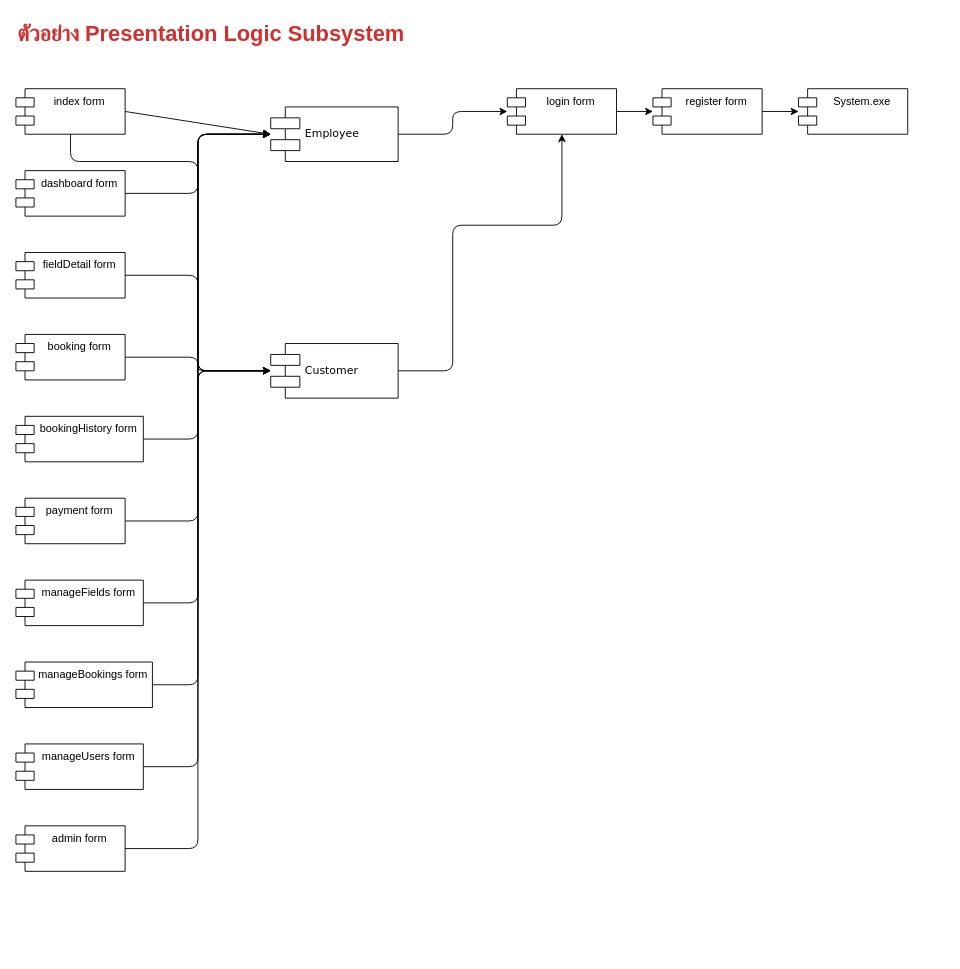
Above: docs/diagrams/component_diagram.drawio in Narathip1707/Stadium_test (draw.io), before the change. Source tidied: cells renumbered, new cells numbered last; positions are measured from the earlier drawing's top-left corner, leaving out a move shared by most shapes. Both pictures are drawn from the tidied source at 91%, with x=0, y=0 at pixel (15, 15).
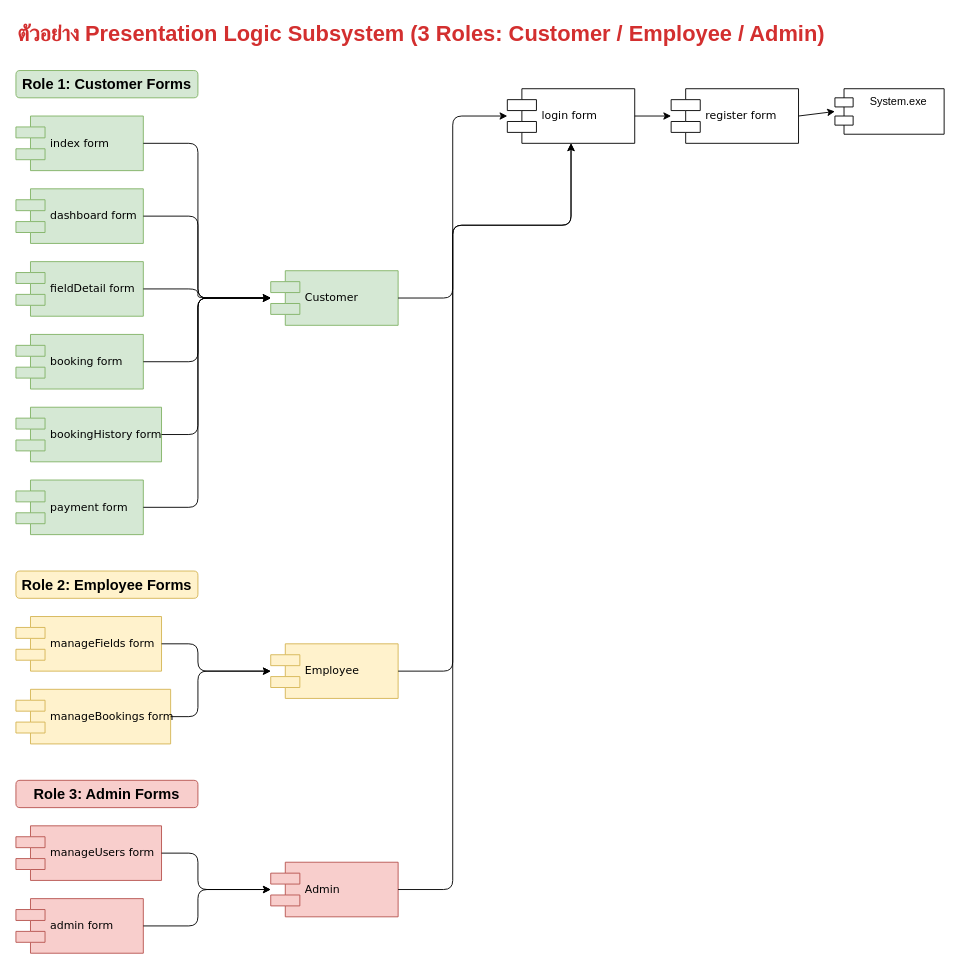
Above is the later version.

Change to the diagram source:
```diff
@@
-    <mxCell id="2" value="ตัวอย่าง Presentation Logic Subsystem" style="text;html=1;strokeColor=none;fillColor=none;align=left;verticalAlign=middle;whiteSpace=wrap;rounded=0;fontSize=24;fontStyle=1;fontColor=#D32F2F;" parent="1" vertex="1">
-      <mxGeometry width="600" height="40" as="geometry" />
+    <mxCell id="2" value="ตัวอย่าง Presentation Logic Subsystem (3 Roles: Customer / Employee / Admin)" style="text;html=1;strokeColor=none;fillColor=none;align=left;verticalAlign=middle;whiteSpace=wrap;rounded=0;fontSize=24;fontStyle=1;fontColor=#D32F2F;" parent="1" vertex="1">
+      <mxGeometry width="900" height="40" as="geometry" />
     </mxCell>
+    <mxCell id="33" value="Role 1: Customer Forms" style="text;html=1;strokeColor=#82b366;fillColor=#d5e8d4;align=center;verticalAlign=middle;whiteSpace=wrap;rounded=1;fontSize=16;fontStyle=1;" parent="1" vertex="1">
+      <mxGeometry y="60" width="200" height="30" as="geometry" />
+    </mxCell>
-    <mxCell id="3" value="index form" style="shape=module;align=left;spacingLeft=20;align=center;verticalAlign=top;whiteSpace=wrap;html=1;fillColor=#ffffff;strokeColor=#000000;" parent="1" vertex="1">
-      <mxGeometry y="80" width="120" height="50" as="geometry" />
+    <mxCell id="3" value="index form" style="shape=component;align=left;spacingLeft=36;rounded=0;shadow=0;comic=0;labelBackgroundColor=none;strokeWidth=1;fontFamily=Verdana;fontSize=12;html=1;fillColor=#d5e8d4;strokeColor=#82b366;" parent="1" vertex="1">
+      <mxGeometry y="110" width="140" height="60" as="geometry" />
     </mxCell>
-    <mxCell id="4" value="login form" style="shape=module;align=left;spacingLeft=20;align=center;verticalAlign=top;whiteSpace=wrap;html=1;fillColor=#ffffff;strokeColor=#000000;" parent="1" vertex="1">
-      <mxGeometry x="540" y="80" width="120" height="50" as="geometry" />
-    </mxCell>
-    <mxCell id="5" value="register form" style="shape=module;align=left;spacingLeft=20;align=center;verticalAlign=top;whiteSpace=wrap;html=1;fillColor=#ffffff;strokeColor=#000000;" parent="1" vertex="1">
-      <mxGeometry x="700" y="80" width="120" height="50" as="geometry" />
-    </mxCell>
-    <mxCell id="6" value="dashboard form" style="shape=module;align=left;spacingLeft=20;align=center;verticalAlign=top;whiteSpace=wrap;html=1;fillColor=#ffffff;strokeColor=#000000;" parent="1" vertex="1">
-      <mxGeometry y="170" width="120" height="50" as="geometry" />
+    <mxCell id="6" value="dashboard form" style="shape=component;align=left;spacingLeft=36;rounded=0;shadow=0;comic=0;labelBackgroundColor=none;strokeWidth=1;fontFamily=Verdana;fontSize=12;html=1;fillColor=#d5e8d4;strokeColor=#82b366;" parent="1" vertex="1">
+      <mxGeometry y="190" width="140" height="60" as="geometry" />
     </mxCell>
-    <mxCell id="7" value="fieldDetail form" style="shape=module;align=left;spacingLeft=20;align=center;verticalAlign=top;whiteSpace=wrap;html=1;fillColor=#ffffff;strokeColor=#000000;" parent="1" vertex="1">
-      <mxGeometry y="260" width="120" height="50" as="geometry" />
+    <mxCell id="7" value="fieldDetail form" style="shape=component;align=left;spacingLeft=36;rounded=0;shadow=0;comic=0;labelBackgroundColor=none;strokeWidth=1;fontFamily=Verdana;fontSize=12;html=1;fillColor=#d5e8d4;strokeColor=#82b366;" parent="1" vertex="1">
+      <mxGeometry y="270" width="140" height="60" as="geometry" />
     </mxCell>
-    <mxCell id="8" value="booking form" style="shape=module;align=left;spacingLeft=20;align=center;verticalAlign=top;whiteSpace=wrap;html=1;fillColor=#ffffff;strokeColor=#000000;" parent="1" vertex="1">
-      <mxGeometry y="350" width="120" height="50" as="geometry" />
+    <mxCell id="8" value="booking form" style="shape=component;align=left;spacingLeft=36;rounded=0;shadow=0;comic=0;labelBackgroundColor=none;strokeWidth=1;fontFamily=Verdana;fontSize=12;html=1;fillColor=#d5e8d4;strokeColor=#82b366;" parent="1" vertex="1">
+      <mxGeometry y="350" width="140" height="60" as="geometry" />
     </mxCell>
-    <mxCell id="9" value="bookingHistory form" style="shape=module;align=left;spacingLeft=20;align=center;verticalAlign=top;whiteSpace=wrap;html=1;fillColor=#ffffff;strokeColor=#000000;" parent="1" vertex="1">
-      <mxGeometry y="440" width="140" height="50" as="geometry" />
+    <mxCell id="9" value="bookingHistory form" style="shape=component;align=left;spacingLeft=36;rounded=0;shadow=0;comic=0;labelBackgroundColor=none;strokeWidth=1;fontFamily=Verdana;fontSize=12;html=1;fillColor=#d5e8d4;strokeColor=#82b366;" parent="1" vertex="1">
+      <mxGeometry y="430" width="160" height="60" as="geometry" />
     </mxCell>
-    <mxCell id="10" value="payment form" style="shape=module;align=left;spacingLeft=20;align=center;verticalAlign=top;whiteSpace=wrap;html=1;fillColor=#ffffff;strokeColor=#000000;" parent="1" vertex="1">
-      <mxGeometry y="530" width="120" height="50" as="geometry" />
+    <mxCell id="10" value="payment form" style="shape=component;align=left;spacingLeft=36;rounded=0;shadow=0;comic=0;labelBackgroundColor=none;strokeWidth=1;fontFamily=Verdana;fontSize=12;html=1;fillColor=#d5e8d4;strokeColor=#82b366;" parent="1" vertex="1">
+      <mxGeometry y="510" width="140" height="60" as="geometry" />
     </mxCell>
+    <mxCell id="34" value="Role 2: Employee Forms" style="text;html=1;strokeColor=#d6b656;fillColor=#fff2cc;align=center;verticalAlign=middle;whiteSpace=wrap;rounded=1;fontSize=16;fontStyle=1;" parent="1" vertex="1">
+      <mxGeometry y="610" width="200" height="30" as="geometry" />
+    </mxCell>
-    <mxCell id="11" value="manageFields form" style="shape=module;align=left;spacingLeft=20;align=center;verticalAlign=top;whiteSpace=wrap;html=1;fillColor=#ffffff;strokeColor=#000000;" parent="1" vertex="1">
-      <mxGeometry y="620" width="140" height="50" as="geometry" />
+    <mxCell id="11" value="manageFields form" style="shape=component;align=left;spacingLeft=36;rounded=0;shadow=0;comic=0;labelBackgroundColor=none;strokeWidth=1;fontFamily=Verdana;fontSize=12;html=1;fillColor=#fff2cc;strokeColor=#d6b656;" parent="1" vertex="1">
+      <mxGeometry y="660" width="160" height="60" as="geometry" />
     </mxCell>
-    <mxCell id="12" value="manageBookings form" style="shape=module;align=left;spacingLeft=20;align=center;verticalAlign=top;whiteSpace=wrap;html=1;fillColor=#ffffff;strokeColor=#000000;" parent="1" vertex="1">
-      <mxGeometry y="710" width="150" height="50" as="geometry" />
+    <mxCell id="12" value="manageBookings form" style="shape=component;align=left;spacingLeft=36;rounded=0;shadow=0;comic=0;labelBackgroundColor=none;strokeWidth=1;fontFamily=Verdana;fontSize=12;html=1;fillColor=#fff2cc;strokeColor=#d6b656;" parent="1" vertex="1">
+      <mxGeometry y="740" width="170" height="60" as="geometry" />
     </mxCell>
+    <mxCell id="35" value="Role 3: Admin Forms" style="text;html=1;strokeColor=#b85450;fillColor=#f8cecc;align=center;verticalAlign=middle;whiteSpace=wrap;rounded=1;fontSize=16;fontStyle=1;" parent="1" vertex="1">
+      <mxGeometry y="840" width="200" height="30" as="geometry" />
+    </mxCell>
-    <mxCell id="13" value="manageUsers form" style="shape=module;align=left;spacingLeft=20;align=center;verticalAlign=top;whiteSpace=wrap;html=1;fillColor=#ffffff;strokeColor=#000000;" parent="1" vertex="1">
-      <mxGeometry y="800" width="140" height="50" as="geometry" />
+    <mxCell id="13" value="manageUsers form" style="shape=component;align=left;spacingLeft=36;rounded=0;shadow=0;comic=0;labelBackgroundColor=none;strokeWidth=1;fontFamily=Verdana;fontSize=12;html=1;fillColor=#f8cecc;strokeColor=#b85450;" parent="1" vertex="1">
+      <mxGeometry y="890" width="160" height="60" as="geometry" />
     </mxCell>
-    <mxCell id="14" value="admin form" style="shape=module;align=left;spacingLeft=20;align=center;verticalAlign=top;whiteSpace=wrap;html=1;fillColor=#ffffff;strokeColor=#000000;" parent="1" vertex="1">
-      <mxGeometry y="890" width="120" height="50" as="geometry" />
+    <mxCell id="14" value="admin form" style="shape=component;align=left;spacingLeft=36;rounded=0;shadow=0;comic=0;labelBackgroundColor=none;strokeWidth=1;fontFamily=Verdana;fontSize=12;html=1;fillColor=#f8cecc;strokeColor=#b85450;" parent="1" vertex="1">
+      <mxGeometry y="970" width="140" height="60" as="geometry" />
     </mxCell>
-    <mxCell id="15" value="Customer" style="shape=component;align=left;spacingLeft=36;rounded=0;shadow=0;comic=0;labelBackgroundColor=none;strokeWidth=1;fontFamily=Verdana;fontSize=12;html=1;fillColor=#ffffff;strokeColor=#000000;" parent="1" vertex="1">
-      <mxGeometry x="280" y="360" width="140" height="60" as="geometry" />
+    <mxCell id="15" value="Customer" style="shape=component;align=left;spacingLeft=36;rounded=0;shadow=0;comic=0;labelBackgroundColor=none;strokeWidth=1;fontFamily=Verdana;fontSize=12;html=1;fillColor=#d5e8d4;strokeColor=#82b366;" parent="1" vertex="1">
+      <mxGeometry x="280" y="280" width="140" height="60" as="geometry" />
     </mxCell>
-    <mxCell id="16" value="Employee" style="shape=component;align=left;spacingLeft=36;rounded=0;shadow=0;comic=0;labelBackgroundColor=none;strokeWidth=1;fontFamily=Verdana;fontSize=12;html=1;fillColor=#ffffff;strokeColor=#000000;" parent="1" vertex="1">
-      <mxGeometry x="280" y="100" width="140" height="60" as="geometry" />
+    <mxCell id="16" value="Employee" style="shape=component;align=left;spacingLeft=36;rounded=0;shadow=0;comic=0;labelBackgroundColor=none;strokeWidth=1;fontFamily=Verdana;fontSize=12;html=1;fillColor=#fff2cc;strokeColor=#d6b656;" parent="1" vertex="1">
+      <mxGeometry x="280" y="690" width="140" height="60" as="geometry" />
     </mxCell>
+    <mxCell id="36" value="Admin" style="shape=component;align=left;spacingLeft=36;rounded=0;shadow=0;comic=0;labelBackgroundColor=none;strokeWidth=1;fontFamily=Verdana;fontSize=12;html=1;fillColor=#f8cecc;strokeColor=#b85450;" parent="1" vertex="1">
+      <mxGeometry x="280" y="930" width="140" height="60" as="geometry" />
+    </mxCell>
+    <mxCell id="4" value="login form" style="shape=component;align=left;spacingLeft=36;rounded=0;shadow=0;comic=0;labelBackgroundColor=none;strokeWidth=1;fontFamily=Verdana;fontSize=12;html=1;fillColor=#ffffff;strokeColor=#000000;" parent="1" vertex="1">
+      <mxGeometry x="540" y="80" width="140" height="60" as="geometry" />
+    </mxCell>
+    <mxCell id="5" value="register form" style="shape=component;align=left;spacingLeft=36;rounded=0;shadow=0;comic=0;labelBackgroundColor=none;strokeWidth=1;fontFamily=Verdana;fontSize=12;html=1;fillColor=#ffffff;strokeColor=#000000;" parent="1" vertex="1">
+      <mxGeometry x="720" y="80" width="140" height="60" as="geometry" />
+    </mxCell>
     <mxCell id="17" value="System.exe" style="shape=module;align=left;spacingLeft=20;align=center;verticalAlign=top;whiteSpace=wrap;html=1;fillColor=#ffffff;strokeColor=#000000;" parent="1" vertex="1">
-      <mxGeometry x="860" y="80" width="120" height="50" as="geometry" />
+      <mxGeometry x="900" y="80" width="120" height="50" as="geometry" />
     </mxCell>
-    <mxCell id="18" style="endArrow=classic;html=1;exitX=1;exitY=0.5;exitDx=0;exitDy=0;entryX=0;entryY=0.5;entryDx=0;entryDy=0;" parent="1" edge="1" source="6" target="16">
+    <mxCell id="18" style="endArrow=classic;html=1;exitX=1;exitY=0.5;exitDx=0;exitDy=0;entryX=0;entryY=0.5;entryDx=0;entryDy=0;" parent="1" edge="1" source="3" target="15">
       <mxGeometry relative="1" as="geometry">
         <Array as="points">
-          <mxPoint x="200" y="195" />
-          <mxPoint x="200" y="130" />
+          <mxPoint x="200" y="140" />
+          <mxPoint x="200" y="310" />
         </Array>
       </mxGeometry>
     </mxCell>
-    <mxCell id="19" style="endArrow=classic;html=1;exitX=1;exitY=0.5;exitDx=0;exitDy=0;entryX=0;entryY=0.5;entryDx=0;entryDy=0;" parent="1" edge="1" source="11" target="16">
+    <mxCell id="19" style="endArrow=classic;html=1;exitX=1;exitY=0.5;exitDx=0;exitDy=0;entryX=0;entryY=0.5;entryDx=0;entryDy=0;" parent="1" edge="1" source="6" target="15">
       <mxGeometry relative="1" as="geometry">
         <Array as="points">
-          <mxPoint x="200" y="645" />
-          <mxPoint x="200" y="130" />
+          <mxPoint x="200" y="220" />
+          <mxPoint x="200" y="310" />
         </Array>
       </mxGeometry>
     </mxCell>
-    <mxCell id="20" style="endArrow=classic;html=1;exitX=1;exitY=0.5;exitDx=0;exitDy=0;entryX=0;entryY=0.5;entryDx=0;entryDy=0;" parent="1" edge="1" source="12" target="16">
+    <mxCell id="20" style="endArrow=classic;html=1;exitX=1;exitY=0.5;exitDx=0;exitDy=0;entryX=0;entryY=0.5;entryDx=0;entryDy=0;" parent="1" edge="1" source="7" target="15">
       <mxGeometry relative="1" as="geometry">
         <Array as="points">
-          <mxPoint x="200" y="735" />
-          <mxPoint x="200" y="130" />
+          <mxPoint x="200" y="300" />
+          <mxPoint x="200" y="310" />
         </Array>
       </mxGeometry>
     </mxCell>
-    <mxCell id="21" style="endArrow=classic;html=1;exitX=1;exitY=0.5;exitDx=0;exitDy=0;entryX=0;entryY=0.5;entryDx=0;entryDy=0;" parent="1" edge="1" source="13" target="16">
+    <mxCell id="21" style="endArrow=classic;html=1;exitX=1;exitY=0.5;exitDx=0;exitDy=0;entryX=0;entryY=0.5;entryDx=0;entryDy=0;" parent="1" edge="1" source="8" target="15">
       <mxGeometry relative="1" as="geometry">
         <Array as="points">
-          <mxPoint x="200" y="825" />
-          <mxPoint x="200" y="130" />
+          <mxPoint x="200" y="380" />
+          <mxPoint x="200" y="310" />
         </Array>
       </mxGeometry>
     </mxCell>
-    <mxCell id="22" style="endArrow=classic;html=1;exitX=1;exitY=0.5;exitDx=0;exitDy=0;entryX=0;entryY=0.5;entryDx=0;entryDy=0;" parent="1" edge="1" source="14" target="16">
+    <mxCell id="22" style="endArrow=classic;html=1;exitX=1;exitY=0.5;exitDx=0;exitDy=0;entryX=0;entryY=0.5;entryDx=0;entryDy=0;" parent="1" edge="1" source="9" target="15">
       <mxGeometry relative="1" as="geometry">
         <Array as="points">
-          <mxPoint x="200" y="915" />
-          <mxPoint x="200" y="130" />
+          <mxPoint x="200" y="460" />
+          <mxPoint x="200" y="310" />
         </Array>
       </mxGeometry>
     </mxCell>
-    <mxCell id="23" style="endArrow=classic;html=1;exitX=1;exitY=0.5;exitDx=0;exitDy=0;entryX=0;entryY=0.5;entryDx=0;entryDy=0;" parent="1" edge="1" source="7" target="15">
+    <mxCell id="23" style="endArrow=classic;html=1;exitX=1;exitY=0.5;exitDx=0;exitDy=0;entryX=0;entryY=0.5;entryDx=0;entryDy=0;" parent="1" edge="1" source="10" target="15">
       <mxGeometry relative="1" as="geometry">
         <Array as="points">
-          <mxPoint x="200" y="285" />
-          <mxPoint x="200" y="390" />
+          <mxPoint x="200" y="540" />
+          <mxPoint x="200" y="310" />
         </Array>
       </mxGeometry>
     </mxCell>
-    <mxCell id="24" style="endArrow=classic;html=1;exitX=1;exitY=0.5;exitDx=0;exitDy=0;entryX=0;entryY=0.5;entryDx=0;entryDy=0;" parent="1" edge="1" source="8" target="15">
+    <mxCell id="24" style="endArrow=classic;html=1;exitX=1;exitY=0.5;exitDx=0;exitDy=0;entryX=0;entryY=0.5;entryDx=0;entryDy=0;" parent="1" edge="1" source="11" target="16">
       <mxGeometry relative="1" as="geometry">
         <Array as="points">
-          <mxPoint x="200" y="375" />
-          <mxPoint x="200" y="390" />
+          <mxPoint x="200" y="690" />
+          <mxPoint x="200" y="720" />
         </Array>
       </mxGeometry>
     </mxCell>
-    <mxCell id="25" style="endArrow=classic;html=1;exitX=1;exitY=0.5;exitDx=0;exitDy=0;entryX=0;entryY=0.5;entryDx=0;entryDy=0;" parent="1" edge="1" source="9" target="15">
+    <mxCell id="25" style="endArrow=classic;html=1;exitX=1;exitY=0.5;exitDx=0;exitDy=0;entryX=0;entryY=0.5;entryDx=0;entryDy=0;" parent="1" edge="1" source="12" target="16">
       <mxGeometry relative="1" as="geometry">
         <Array as="points">
-          <mxPoint x="200" y="465" />
-          <mxPoint x="200" y="390" />
+          <mxPoint x="200" y="770" />
+          <mxPoint x="200" y="720" />
         </Array>
       </mxGeometry>
     </mxCell>
-    <mxCell id="26" style="endArrow=classic;html=1;exitX=1;exitY=0.5;exitDx=0;exitDy=0;entryX=0;entryY=0.5;entryDx=0;entryDy=0;" parent="1" edge="1" source="10" target="15">
+    <mxCell id="26" style="endArrow=classic;html=1;exitX=1;exitY=0.5;exitDx=0;exitDy=0;entryX=0;entryY=0.5;entryDx=0;entryDy=0;" parent="1" edge="1" source="13" target="36">
       <mxGeometry relative="1" as="geometry">
         <Array as="points">
-          <mxPoint x="200" y="555" />
-          <mxPoint x="200" y="390" />
+          <mxPoint x="200" y="920" />
+          <mxPoint x="200" y="960" />
         </Array>
       </mxGeometry>
     </mxCell>
-    <mxCell id="27" style="endArrow=classic;html=1;exitX=1;exitY=0.5;exitDx=0;exitDy=0;entryX=0;entryY=0.5;entryDx=0;entryDy=0;" parent="1" edge="1" source="3" target="16">
-      <mxGeometry relative="1" as="geometry" />
+    <mxCell id="27" style="endArrow=classic;html=1;exitX=1;exitY=0.5;exitDx=0;exitDy=0;entryX=0;entryY=0.5;entryDx=0;entryDy=0;" parent="1" edge="1" source="14" target="36">
+      <mxGeometry relative="1" as="geometry">
+        <Array as="points">
+          <mxPoint x="200" y="1000" />
+          <mxPoint x="200" y="960" />
+        </Array>
+      </mxGeometry>
     </mxCell>
-    <mxCell id="28" style="endArrow=classic;html=1;exitX=0.5;exitY=1;exitDx=0;exitDy=0;entryX=0;entryY=0.5;entryDx=0;entryDy=0;" parent="1" edge="1" source="3" target="15">
+    <mxCell id="28" style="endArrow=classic;html=1;exitX=1;exitY=0.5;exitDx=0;exitDy=0;entryX=0;entryY=0.5;entryDx=0;entryDy=0;" parent="1" edge="1" source="15" target="4">
       <mxGeometry relative="1" as="geometry">
         <Array as="points">
-          <mxPoint x="60" y="160" />
-          <mxPoint x="200" y="160" />
-          <mxPoint x="200" y="390" />
+          <mxPoint x="480" y="310" />
+          <mxPoint x="480" y="110" />
         </Array>
       </mxGeometry>
     </mxCell>
-    <mxCell id="29" style="endArrow=classic;html=1;exitX=1;exitY=0.5;exitDx=0;exitDy=0;entryX=0;entryY=0.5;entryDx=0;entryDy=0;" parent="1" edge="1" source="16" target="4">
-      <mxGeometry relative="1" as="geometry">
-        <Array as="points">
-          <mxPoint x="480" y="130" />
-          <mxPoint x="480" y="105" />
-        </Array>
-      </mxGeometry>
+    <mxCell id="29" style="endArrow=classic;html=1;exitX=1;exitY=0.5;exitDx=0;exitDy=0;entryX=0;entryY=0.5;entryDx=0;entryDy=0;" parent="1" edge="1" source="4" target="5">
+      <mxGeometry relative="1" as="geometry" />
     </mxCell>
-    <mxCell id="30" style="endArrow=classic;html=1;exitX=1;exitY=0.5;exitDx=0;exitDy=0;entryX=0;entryY=0.5;entryDx=0;entryDy=0;" parent="1" edge="1" source="4" target="5">
+    <mxCell id="30" style="endArrow=classic;html=1;exitX=1;exitY=0.5;exitDx=0;exitDy=0;entryX=0;entryY=0.5;entryDx=0;entryDy=0;" parent="1" edge="1" source="5" target="17">
       <mxGeometry relative="1" as="geometry" />
     </mxCell>
-    <mxCell id="31" style="endArrow=classic;html=1;exitX=1;exitY=0.5;exitDx=0;exitDy=0;entryX=0;entryY=0.5;entryDx=0;entryDy=0;" parent="1" edge="1" source="5" target="17">
-      <mxGeometry relative="1" as="geometry" />
+    <mxCell id="31" style="endArrow=classic;html=1;exitX=1;exitY=0.5;exitDx=0;exitDy=0;entryX=0.5;entryY=1;entryDx=0;entryDy=0;" parent="1" edge="1" source="16" target="4">
+      <mxGeometry relative="1" as="geometry">
+        <Array as="points">
+          <mxPoint x="480" y="720" />
+          <mxPoint x="480" y="230" />
+          <mxPoint x="610" y="230" />
+        </Array>
+      </mxGeometry>
     </mxCell>
-    <mxCell id="32" style="endArrow=classic;html=1;exitX=1;exitY=0.5;exitDx=0;exitDy=0;entryX=0.5;entryY=1;entryDx=0;entryDy=0;" parent="1" edge="1" source="15" target="4">
+    <mxCell id="32" style="endArrow=classic;html=1;exitX=1;exitY=0.5;exitDx=0;exitDy=0;entryX=0.5;entryY=1;entryDx=0;entryDy=0;" parent="1" edge="1" source="36" target="4">
       <mxGeometry relative="1" as="geometry">
         <Array as="points">
-          <mxPoint x="480" y="390" />
+          <mxPoint x="480" y="960" />
           <mxPoint x="480" y="230" />
-          <mxPoint x="600" y="230" />
+          <mxPoint x="610" y="230" />
         </Array>
       </mxGeometry>
     </mxCell>
```
